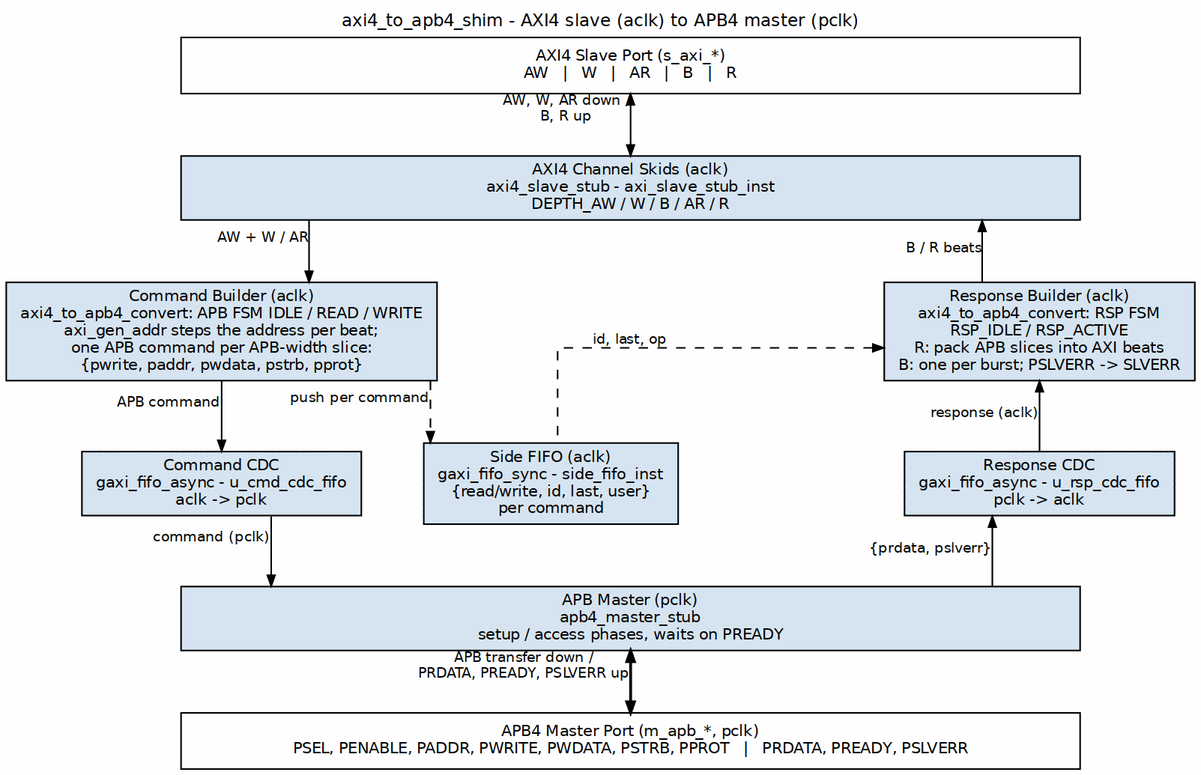
sean-galloway/RTLDesignSherpa keeps this Graphviz diagram as projects/components/utility-ip/converters/docs/converter_mas/assets/graphviz/axi4_to_apb4.png. Above is the earlier version. Its source is kept beside it as projects/components/utility-ip/converters/docs/converter_mas/assets/graphviz/axi4_to_apb4.dot. The source it was exported from:
```dot
digraph axi4_to_apb4 {
    graph [rankdir=TB, bgcolor="white", fontname="Helvetica", fontsize=11,
           nodesep="0.55", ranksep="0.55", splines=ortho, newrank=true,
           labelloc=t, labeljust=c];
    node  [fontname="Helvetica", fontsize=10, shape=box, style=filled,
           fillcolor="#D6E4F0", color="black", margin="0.12,0.06"];
    edge  [fontname="Helvetica", fontsize=9, color="black", arrowsize=0.7];
    label="axi4_to_apb4_shim - AXI4 slave (aclk) to APB4 master (pclk)";

    s     [label="AXI4 Slave Port (s_axi_*)\nAW   |   W   |   AR   |   B   |   R", fillcolor="white", width=8.0];

    stub  [label="AXI4 Channel Skids (aclk)\naxi4_slave_stub - axi_slave_stub_inst\nDEPTH_AW / W / B / AR / R", width=8.0];

    cmd   [label="Command Builder (aclk)\naxi4_to_apb4_convert: APB FSM IDLE / READ / WRITE\naxi_gen_addr steps the address per beat;\none APB command per APB-width slice:\n{pwrite, paddr, pwdata, pstrb, pprot}", group=C];
    side  [label="Side FIFO (aclk)\ngaxi_fifo_sync - side_fifo_inst\n{read/write, id, last, user}\nper command", group=S];
    rsp   [label="Response Builder (aclk)\naxi4_to_apb4_convert: RSP FSM\nRSP_IDLE / RSP_ACTIVE\nR: pack APB slices into AXI beats\nB: one per burst; PSLVERR -> SLVERR", group=R];

    ccdc  [label="Command CDC\ngaxi_fifo_async - u_cmd_cdc_fifo\naclk -> pclk", group=C];
    rcdc  [label="Response CDC\ngaxi_fifo_async - u_rsp_cdc_fifo\npclk -> aclk", group=R];

    apbm  [label="APB Master (pclk)\napb4_master_stub\nsetup / access phases, waits on PREADY", width=8.0];

    bar   [label="APB4 Master Port (m_apb_*, pclk)\nPSEL, PENABLE, PADDR, PWRITE, PWDATA, PSTRB, PPROT   |   PRDATA, PREADY, PSLVERR", fillcolor="white", width=8.0];

    s     -> stub [dir=both, xlabel="AW, W, AR down /\nB, R up"];
    stub  -> cmd  [xlabel="AW + W / AR"];
    cmd   -> ccdc [xlabel="APB command"];
    ccdc  -> apbm [xlabel="command (pclk)"];
    apbm  -> bar  [dir=both, xlabel="APB transfer down /\nPRDATA, PREADY, PSLVERR up", penwidth=1.8];

    cmd   -> side [style=dashed, xlabel="push per command"];
    rsp   -> side [style=dashed, dir=back, xlabel="id, last, op"];

    stub  -> rsp  [dir=back, xlabel="B / R beats"];
    rsp   -> rcdc [dir=back, xlabel="response (aclk)"];
    rcdc  -> apbm [dir=back, xlabel="{prdata, pslverr}"];

    { rank=same; cmd; rsp; }
    sp [label="", width=0.9, style=invis];
    { rank=same; ccdc; side; sp; rcdc; }
    cmd -> rsp [style=invis];
    ccdc -> side -> sp -> rcdc [style=invis];
}
```
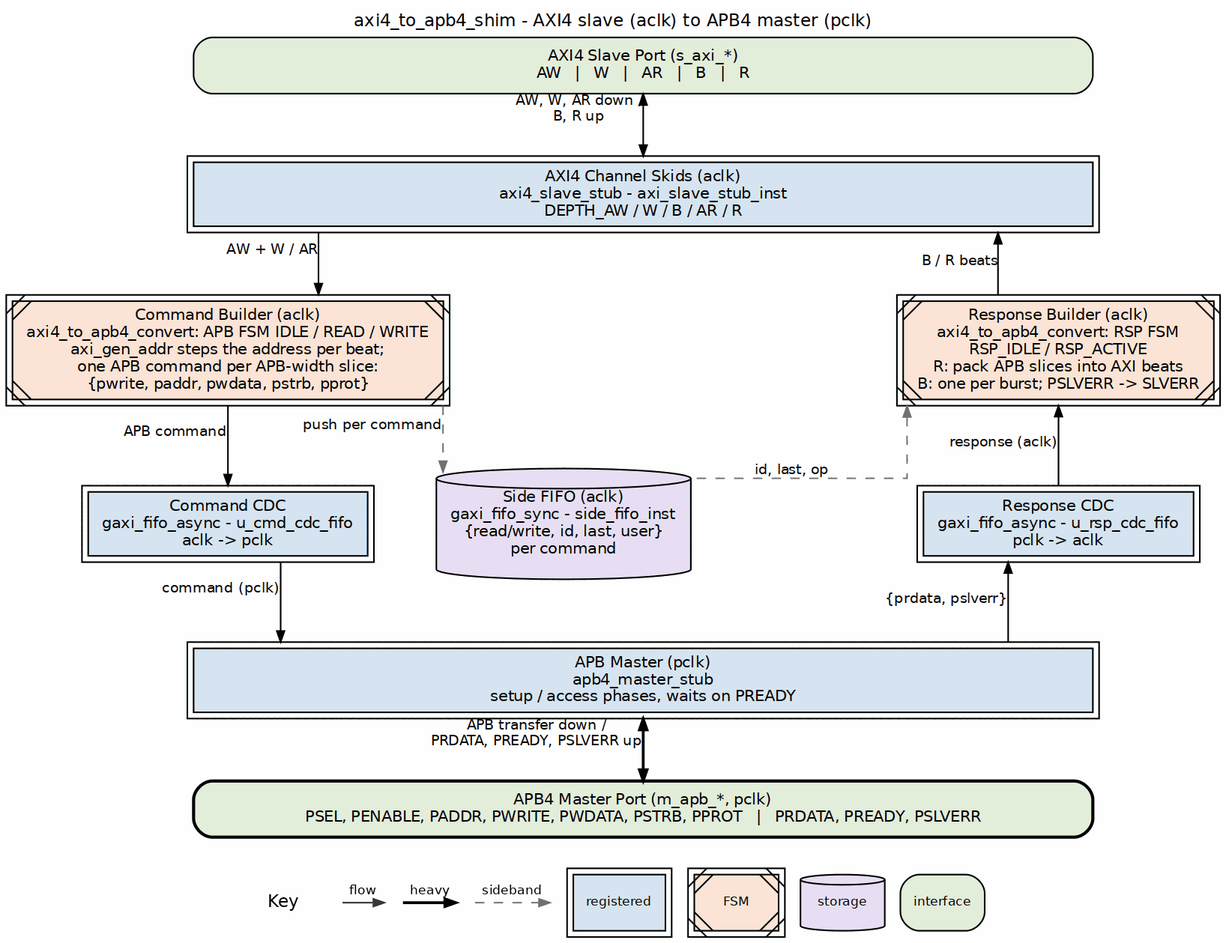
After the commit.

What changed in the source:
```diff
@@ -3,24 +3,24 @@
            nodesep="0.55", ranksep="0.55", splines=ortho, newrank=true,
            labelloc=t, labeljust=c];
     node  [fontname="Helvetica", fontsize=10, shape=box, style=filled,
-           fillcolor="#D6E4F0", color="black", margin="0.12,0.06"];
+           fillcolor="white", color="black", margin="0.12,0.06"];
     edge  [fontname="Helvetica", fontsize=9, color="black", arrowsize=0.7];
     label="axi4_to_apb4_shim - AXI4 slave (aclk) to APB4 master (pclk)";
 
-    s     [label="AXI4 Slave Port (s_axi_*)\nAW   |   W   |   AR   |   B   |   R", fillcolor="white", width=8.0];
+    s     [label="AXI4 Slave Port (s_axi_*)\nAW   |   W   |   AR   |   B   |   R", fillcolor="white", width=8.0, style="rounded,filled", fillcolor="#E2EFDA"];
 
-    stub  [label="AXI4 Channel Skids (aclk)\naxi4_slave_stub - axi_slave_stub_inst\nDEPTH_AW / W / B / AR / R", width=8.0];
+    stub  [label="AXI4 Channel Skids (aclk)\naxi4_slave_stub - axi_slave_stub_inst\nDEPTH_AW / W / B / AR / R", width=8.0, peripheries=2, style="filled", fillcolor="#D6E4F0"];
 
-    cmd   [label="Command Builder (aclk)\naxi4_to_apb4_convert: APB FSM IDLE / READ / WRITE\naxi_gen_addr steps the address per beat;\none APB command per APB-width slice:\n{pwrite, paddr, pwdata, pstrb, pprot}", group=C];
-    side  [label="Side FIFO (aclk)\ngaxi_fifo_sync - side_fifo_inst\n{read/write, id, last, user}\nper command", group=S];
-    rsp   [label="Response Builder (aclk)\naxi4_to_apb4_convert: RSP FSM\nRSP_IDLE / RSP_ACTIVE\nR: pack APB slices into AXI beats\nB: one per burst; PSLVERR -> SLVERR", group=R];
+    cmd   [label="Command Builder (aclk)\naxi4_to_apb4_convert: APB FSM IDLE / READ / WRITE\naxi_gen_addr steps the address per beat;\none APB command per APB-width slice:\n{pwrite, paddr, pwdata, pstrb, pprot}", group=C, peripheries=2, style="filled,diagonals", fillcolor="#FCE4D6"];
+    side  [label="Side FIFO (aclk)\ngaxi_fifo_sync - side_fifo_inst\n{read/write, id, last, user}\nper command", group=S, shape=cylinder, style="filled", fillcolor="#E8DFF5"];
+    rsp   [label="Response Builder (aclk)\naxi4_to_apb4_convert: RSP FSM\nRSP_IDLE / RSP_ACTIVE\nR: pack APB slices into AXI beats\nB: one per burst; PSLVERR -> SLVERR", group=R, peripheries=2, style="filled,diagonals", fillcolor="#FCE4D6"];
 
-    ccdc  [label="Command CDC\ngaxi_fifo_async - u_cmd_cdc_fifo\naclk -> pclk", group=C];
-    rcdc  [label="Response CDC\ngaxi_fifo_async - u_rsp_cdc_fifo\npclk -> aclk", group=R];
+    ccdc  [label="Command CDC\ngaxi_fifo_async - u_cmd_cdc_fifo\naclk -> pclk", group=C, peripheries=2, style="filled", fillcolor="#D6E4F0"];
+    rcdc  [label="Response CDC\ngaxi_fifo_async - u_rsp_cdc_fifo\npclk -> aclk", group=R, peripheries=2, style="filled", fillcolor="#D6E4F0"];
 
-    apbm  [label="APB Master (pclk)\napb4_master_stub\nsetup / access phases, waits on PREADY", width=8.0];
+    apbm  [label="APB Master (pclk)\napb4_master_stub\nsetup / access phases, waits on PREADY", width=8.0, peripheries=2, style="filled", fillcolor="#D6E4F0"];
 
-    bar   [label="APB4 Master Port (m_apb_*, pclk)\nPSEL, PENABLE, PADDR, PWRITE, PWDATA, PSTRB, PPROT   |   PRDATA, PREADY, PSLVERR", fillcolor="white", width=8.0];
+    bar   [label="APB4 Master Port (m_apb_*, pclk)\nPSEL, PENABLE, PADDR, PWRITE, PWDATA, PSTRB, PPROT   |   PRDATA, PREADY, PSLVERR", fillcolor="white", width=8.0, style="rounded,filled,bold", fillcolor="#E2EFDA"];
 
     s     -> stub [dir=both, xlabel="AW, W, AR down /\nB, R up"];
     stub  -> cmd  [xlabel="AW + W / AR"];
@@ -28,8 +28,8 @@
     ccdc  -> apbm [xlabel="command (pclk)"];
     apbm  -> bar  [dir=both, xlabel="APB transfer down /\nPRDATA, PREADY, PSLVERR up", penwidth=1.8];
 
-    cmd   -> side [style=dashed, xlabel="push per command"];
-    rsp   -> side [style=dashed, dir=back, xlabel="id, last, op"];
+    cmd   -> side [style=dashed, color="#777777", xlabel="push per command"];
+    rsp   -> side [style=dashed, color="#777777", dir=back, xlabel="id, last, op"];
 
     stub  -> rsp  [dir=back, xlabel="B / R beats"];
     rsp   -> rcdc [dir=back, xlabel="response (aclk)"];
```
